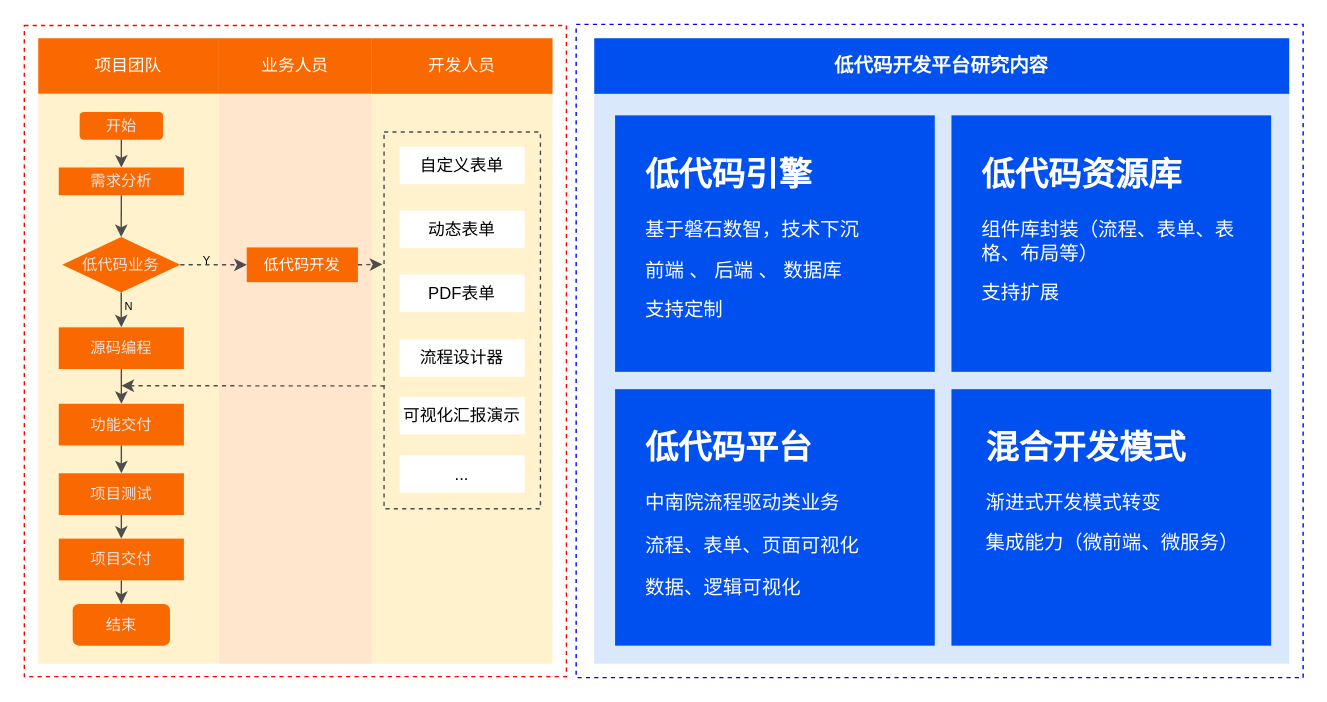
Earlier version of the draw.io diagram 低代码—研究内容——新版.drawio (tangyaosimida/love). Source tidied: cells renumbered, new cells numbered last; positions are measured from the earlier drawing's top-left corner, leaving out a move shared by most shapes. Both pictures are drawn from the tidied source at 139%, with x=0, y=0 at pixel (24, 24).
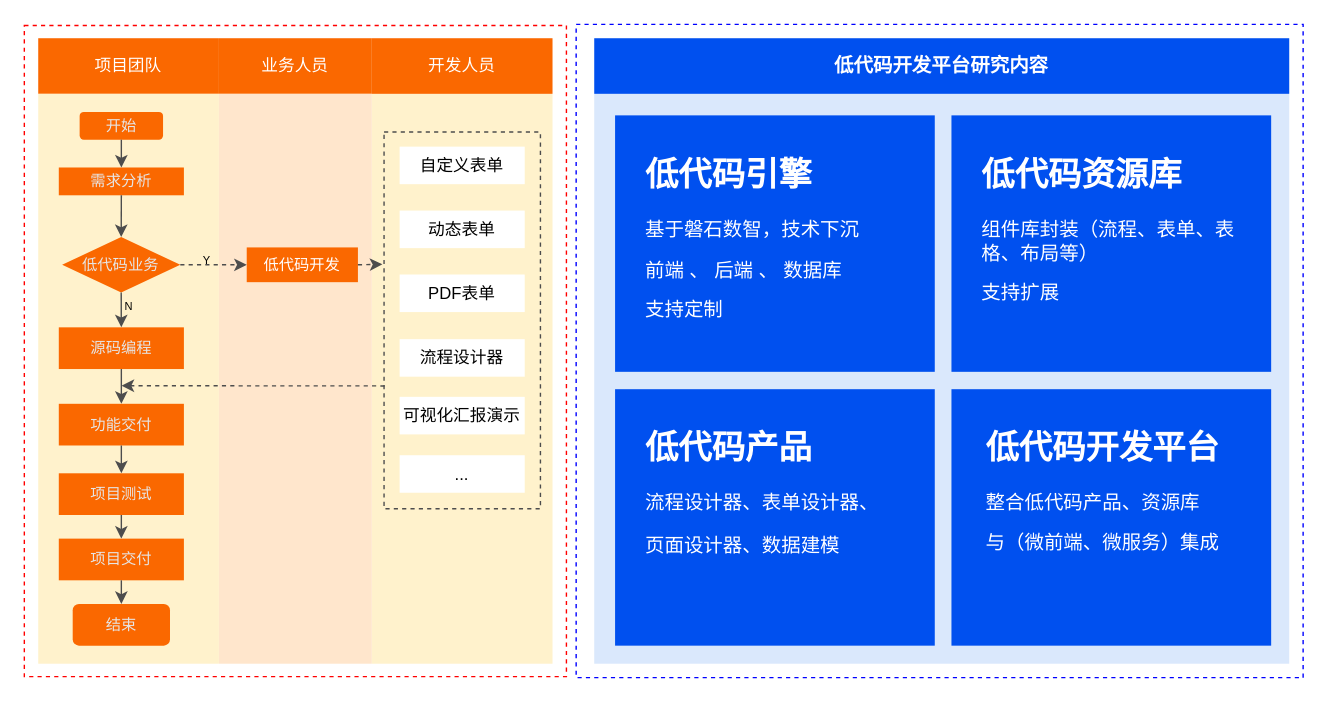
The same page after the edit.

Commit message:
更新低代码—研究内容——新版.drawio

Diff of the diagram source:
```diff
@@
-    <mxCell id="45" value="&lt;h1 style=&quot;margin-top: 0px;&quot;&gt;&lt;font color=&quot;#ffffff&quot;&gt;低代码平台&lt;/font&gt;&lt;/h1&gt;&lt;p style=&quot;font-size: 14px;&quot;&gt;&lt;font color=&quot;#ffffff&quot;&gt;中南院流程驱动类业务&lt;/font&gt;&lt;/p&gt;&lt;p style=&quot;font-size: 14px;&quot;&gt;&lt;font color=&quot;#ffffff&quot;&gt;流程、表单、页面可视化&lt;/font&gt;&lt;/p&gt;&lt;p style=&quot;font-size: 14px;&quot;&gt;&lt;font color=&quot;#ffffff&quot;&gt;数据、逻辑可视化&lt;/font&gt;&lt;/p&gt;" style="text;html=1;whiteSpace=wrap;overflow=hidden;rounded=0;" parent="1" vertex="1">
+    <mxCell id="45" value="&lt;h1 style=&quot;margin-top: 0px;&quot;&gt;&lt;font color=&quot;#ffffff&quot;&gt;低代码产品&lt;/font&gt;&lt;/h1&gt;&lt;p style=&quot;font-size: 14px;&quot;&gt;&lt;font color=&quot;#ffffff&quot;&gt;流程设计器、表单&lt;/font&gt;&lt;span style=&quot;color: rgb(255, 255, 255); background-color: initial;&quot;&gt;设计器、&lt;/span&gt;&lt;/p&gt;&lt;p style=&quot;font-size: 14px;&quot;&gt;&lt;font color=&quot;#ffffff&quot;&gt;页面设计器、&lt;/font&gt;&lt;span style=&quot;color: rgb(255, 255, 255); background-color: initial;&quot;&gt;数据建模&lt;/span&gt;&lt;/p&gt;" style="text;html=1;whiteSpace=wrap;overflow=hidden;rounded=0;" parent="1" vertex="1">
       <mxGeometry x="445" y="283.8" width="190" height="142" as="geometry" />
     </mxCell>
@@
-    <mxCell id="47" value="&lt;h1 style=&quot;margin-top: 0px;&quot;&gt;&lt;font color=&quot;#ffffff&quot;&gt;混合开发模式&lt;/font&gt;&lt;/h1&gt;&lt;p&gt;&lt;font color=&quot;#ffffff&quot;&gt;&lt;span style=&quot;font-size: 14px;&quot;&gt;渐进式开发模式转变&lt;/span&gt;&lt;/font&gt;&lt;/p&gt;&lt;p&gt;&lt;font color=&quot;#ffffff&quot;&gt;&lt;span style=&quot;font-size: 14px;&quot;&gt;集成能力（微前端、微服务）&lt;/span&gt;&lt;/font&gt;&lt;/p&gt;" style="text;html=1;whiteSpace=wrap;overflow=hidden;rounded=0;" parent="1" vertex="1">
+    <mxCell id="47" value="&lt;h1 style=&quot;margin-top: 0px;&quot;&gt;&lt;font color=&quot;#ffffff&quot;&gt;低代码开发平台&lt;/font&gt;&lt;/h1&gt;&lt;p&gt;&lt;font color=&quot;#ffffff&quot;&gt;&lt;span style=&quot;font-size: 14px;&quot;&gt;整合低代码产品、资源库&lt;/span&gt;&lt;/font&gt;&lt;/p&gt;&lt;p&gt;&lt;span style=&quot;font-size: 14px; color: rgb(255, 255, 255); background-color: initial;&quot;&gt;与（微前端、微服务）集成&lt;/span&gt;&lt;/p&gt;" style="text;html=1;whiteSpace=wrap;overflow=hidden;rounded=0;" parent="1" vertex="1">
       <mxGeometry x="690" y="283.8" width="190" height="142" as="geometry" />
     </mxCell>
```
